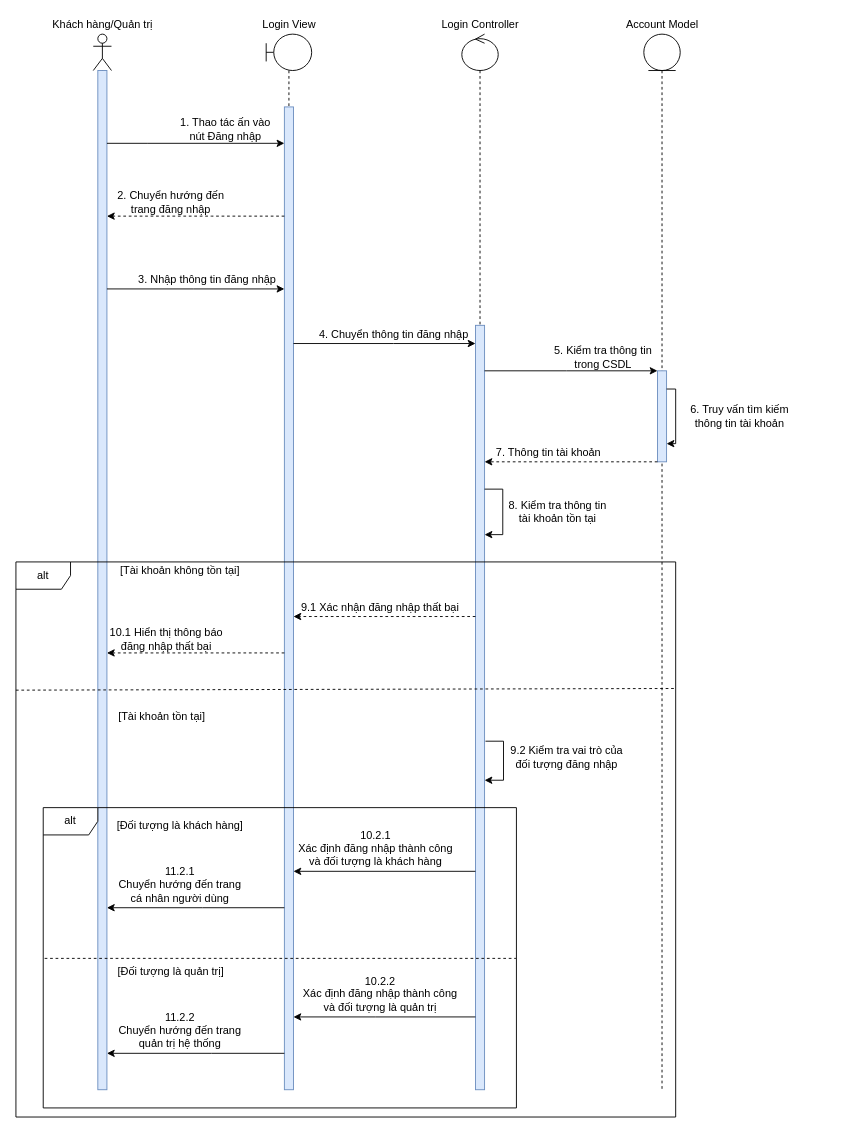
Before: Nam3_HK1/CNPM_SoftTech/Sequence Diagrams/Nguyên Lộc/SD_ĐăngNhập.drawio in EdgarIgnite16/SGU-Course, a draw.io diagram. Source tidied: cells renumbered, new cells numbered last; positions are measured from the earlier drawing's top-left corner, leaving out a move shared by most shapes. Both pictures are drawn from the tidied source at 91%, with x=0, y=0 at pixel (15, 15).
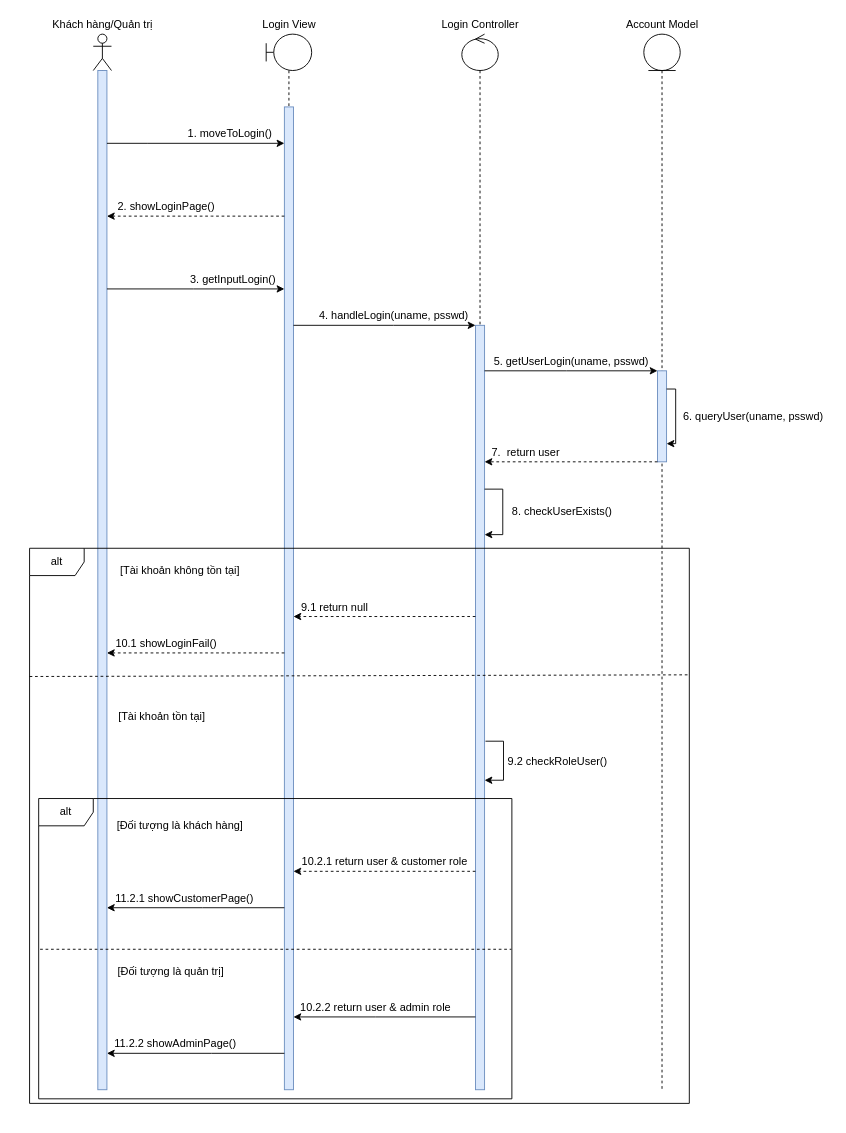
The same diagram, later.

The change refers to these unchanged cells:
```xml
<mxCell id="6" style="html=1;points=[];perimeter=orthogonalPerimeter;fillColor=#dae8fc;strokeColor=#6c8ebf;" parent="5" vertex="1">
  <mxGeometry x="20" y="80" width="10" height="1080" as="geometry" />
</mxCell>
<mxCell id="8" style="html=1;points=[];perimeter=orthogonalPerimeter;fillColor=#dae8fc;strokeColor=#6c8ebf;" parent="7" vertex="1">
  <mxGeometry x="15" y="320" width="10" height="840" as="geometry" />
</mxCell>
```

Diff of the diagram source:
```diff
@@
-    <mxCell id="18" value="1. Thao tác ấn vào &lt;br&gt;nút Đăng nhập" style="text;html=1;align=center;verticalAlign=middle;strokeColor=none;fillColor=none;" parent="1" vertex="1">
-      <mxGeometry x="175" y="110" width="110" height="30" as="geometry" />
+    <mxCell id="18" value="1. moveToLogin()" style="text;html=1;align=center;verticalAlign=middle;strokeColor=none;fillColor=none;" parent="1" vertex="1">
+      <mxGeometry x="180" y="120" width="110" height="20" as="geometry" />
     </mxCell>
@@
-    <mxCell id="20" value="2. Chuyển hướng đến &lt;br&gt;trang đăng nhập" style="text;html=1;align=center;verticalAlign=middle;strokeColor=none;fillColor=none;" parent="1" vertex="1">
-      <mxGeometry x="105" y="190" width="130" height="30" as="geometry" />
+    <mxCell id="20" value="2. showLoginPage()" style="text;html=1;align=center;verticalAlign=middle;strokeColor=none;fillColor=none;" parent="1" vertex="1">
+      <mxGeometry x="105" y="200" width="120" height="20" as="geometry" />
     </mxCell>
@@
-    <mxCell id="22" value="3. Nhập thông tin đăng nhập" style="text;html=1;align=center;verticalAlign=middle;strokeColor=none;fillColor=none;" parent="1" vertex="1">
-      <mxGeometry x="125" y="280" width="170" height="20" as="geometry" />
+    <mxCell id="22" value="3. getInputLogin()&amp;nbsp;" style="text;html=1;align=center;verticalAlign=middle;strokeColor=none;fillColor=none;" parent="1" vertex="1">
+      <mxGeometry x="185" y="280" width="110" height="20" as="geometry" />
     </mxCell>
     <mxCell id="23" style="edgeStyle=orthogonalEdgeStyle;rounded=0;jettySize=auto;html=1;" parent="1" edge="1" source="6" target="8">
       <mxGeometry relative="1" as="geometry">
         <Array as="points">
-          <mxPoint x="415" y="360" />
-          <mxPoint x="415" y="360" />
+          <mxPoint x="415" y="340" />
+          <mxPoint x="415" y="340" />
         </Array>
       </mxGeometry>
     </mxCell>
-    <mxCell id="24" value="4. Chuyển thông tin đăng nhập" style="text;html=1;align=center;verticalAlign=middle;strokeColor=none;fillColor=none;" parent="1" vertex="1">
-      <mxGeometry x="325" y="340" width="180" height="20" as="geometry" />
+    <mxCell id="24" value="4. handleLogin(uname, psswd)" style="text;html=1;align=center;verticalAlign=middle;strokeColor=none;fillColor=none;" parent="1" vertex="1">
+      <mxGeometry x="325" y="320" width="180" height="20" as="geometry" />
     </mxCell>
@@
-    <mxCell id="26" value="5. Kiểm tra thông tin&lt;br&gt;trong CSDL" style="text;html=1;align=center;verticalAlign=middle;strokeColor=none;fillColor=none;" parent="1" vertex="1">
-      <mxGeometry x="585" y="360" width="120" height="30" as="geometry" />
+    <mxCell id="26" value="5. getUserLogin(uname, psswd)" style="text;html=1;align=center;verticalAlign=middle;strokeColor=none;fillColor=none;" parent="1" vertex="1">
+      <mxGeometry x="515" y="370" width="190" height="20" as="geometry" />
     </mxCell>
-    <mxCell id="27" value="6. Truy vấn tìm kiếm &lt;br&gt;thông tin tài khoản" style="text;html=1;align=center;verticalAlign=middle;strokeColor=none;fillColor=none;" parent="1" vertex="1">
-      <mxGeometry x="735" y="425" width="120" height="30" as="geometry" />
+    <mxCell id="27" value="6. queryUser(uname, psswd)" style="text;html=1;align=center;verticalAlign=middle;strokeColor=none;fillColor=none;" parent="1" vertex="1">
+      <mxGeometry x="725" y="430" width="170" height="20" as="geometry" />
     </mxCell>
@@
-    <mxCell id="29" value="7. Thông tin tài khoản" style="text;html=1;align=center;verticalAlign=middle;strokeColor=none;fillColor=none;" parent="1" vertex="1">
-      <mxGeometry x="520" y="470" width="130" height="20" as="geometry" />
+    <mxCell id="29" value="7.&amp;nbsp; return user" style="text;html=1;align=center;verticalAlign=middle;strokeColor=none;fillColor=none;" parent="1" vertex="1">
+      <mxGeometry x="515" y="470" width="90" height="20" as="geometry" />
     </mxCell>
-    <mxCell id="30" value="8. Kiểm tra thông tin &lt;br&gt;tài khoản tồn tại" style="text;html=1;align=center;verticalAlign=middle;strokeColor=none;fillColor=none;" parent="1" vertex="1">
-      <mxGeometry x="535" y="530" width="120" height="30" as="geometry" />
+    <mxCell id="30" value="8. checkUserExists()" style="text;html=1;align=center;verticalAlign=middle;strokeColor=none;fillColor=none;" parent="1" vertex="1">
+      <mxGeometry x="535" y="535" width="130" height="20" as="geometry" />
     </mxCell>
@@
-    <mxCell id="36" style="edgeStyle=orthogonalEdgeStyle;rounded=0;jettySize=auto;html=1;" parent="1" edge="1" source="8" target="6">
+    <mxCell id="36" style="edgeStyle=orthogonalEdgeStyle;rounded=0;jettySize=auto;html=1;dashed=1;" parent="1" edge="1" source="8" target="6">
       <mxGeometry relative="1" as="geometry">
         <Array as="points">
           <mxPoint x="455" y="940" />
           <mxPoint x="455" y="940" />
         </Array>
       </mxGeometry>
     </mxCell>
@@
     <mxCell id="41" value="alt" style="shape=umlFrame;whiteSpace=wrap;html=1;" parent="1" vertex="1">
-      <mxGeometry x="30" y="870" width="520" height="330" as="geometry" />
+      <mxGeometry x="25" y="860" width="520" height="330" as="geometry" />
     </mxCell>
@@
-    <mxCell id="43" value="9.1 Xác nhận đăng nhập thất bại" style="text;html=1;align=center;verticalAlign=middle;strokeColor=none;fillColor=none;" parent="1" vertex="1">
-      <mxGeometry x="305" y="640" width="190" height="20" as="geometry" />
+    <mxCell id="43" value="9.1 return null" style="text;html=1;align=center;verticalAlign=middle;strokeColor=none;fillColor=none;" parent="1" vertex="1">
+      <mxGeometry x="305" y="640" width="90" height="20" as="geometry" />
     </mxCell>
-    <mxCell id="44" value="9.2 Kiểm tra vai trò của &lt;br&gt;đối tượng đăng nhập" style="text;html=1;align=center;verticalAlign=middle;strokeColor=none;fillColor=none;" parent="1" vertex="1">
-      <mxGeometry x="535" y="800" width="140" height="30" as="geometry" />
+    <mxCell id="44" value="9.2 checkRoleUser()" style="text;html=1;align=center;verticalAlign=middle;strokeColor=none;fillColor=none;" parent="1" vertex="1">
+      <mxGeometry x="535" y="810" width="120" height="20" as="geometry" />
     </mxCell>
-    <mxCell id="45" value="10.1 Hiển thị thông báo &lt;br&gt;đăng nhập thất bại" style="text;html=1;align=center;verticalAlign=middle;strokeColor=none;fillColor=none;" parent="1" vertex="1">
-      <mxGeometry x="95" y="670" width="140" height="30" as="geometry" />
+    <mxCell id="45" value="10.1 showLoginFail()" style="text;html=1;align=center;verticalAlign=middle;strokeColor=none;fillColor=none;" parent="1" vertex="1">
+      <mxGeometry x="100" y="680" width="130" height="20" as="geometry" />
     </mxCell>
-    <mxCell id="46" value="11.2.1&lt;br&gt;Chuyển hướng đến trang &lt;br&gt;cá nhân người dùng" style="text;html=1;align=center;verticalAlign=middle;strokeColor=none;fillColor=none;" parent="1" vertex="1">
-      <mxGeometry x="105" y="930" width="150" height="50" as="geometry" />
+    <mxCell id="46" value="11.2.1 showCustomerPage()" style="text;html=1;align=center;verticalAlign=middle;strokeColor=none;fillColor=none;" parent="1" vertex="1">
+      <mxGeometry x="100" y="960" width="170" height="20" as="geometry" />
     </mxCell>
-    <mxCell id="47" value="10.2.1 &lt;br&gt;Xác định đăng nhập thành công&lt;br&gt;và đối tượng là khách hàng" style="text;html=1;align=center;verticalAlign=middle;strokeColor=none;fillColor=none;" parent="1" vertex="1">
-      <mxGeometry x="305" y="890" width="180" height="50" as="geometry" />
+    <mxCell id="47" value="10.2.1 return user &amp;amp; customer role" style="text;html=1;align=center;verticalAlign=middle;strokeColor=none;fillColor=none;" parent="1" vertex="1">
+      <mxGeometry x="305" y="920" width="200" height="20" as="geometry" />
     </mxCell>
-    <mxCell id="48" value="11.2.2&lt;br&gt;Chuyển hướng đến trang &lt;br&gt;quản trị hệ thống" style="text;html=1;align=center;verticalAlign=middle;strokeColor=none;fillColor=none;" parent="1" vertex="1">
-      <mxGeometry x="105" y="1090" width="150" height="50" as="geometry" />
+    <mxCell id="48" value="11.2.2 showAdminPage()" style="text;html=1;align=center;verticalAlign=middle;strokeColor=none;fillColor=none;" parent="1" vertex="1">
+      <mxGeometry x="100" y="1120" width="150" height="20" as="geometry" />
     </mxCell>
-    <mxCell id="49" value="10.2.2&lt;br&gt;Xác định đăng nhập thành công&lt;br&gt;và đối tượng là quản trị" style="text;html=1;align=center;verticalAlign=middle;strokeColor=none;fillColor=none;" parent="1" vertex="1">
-      <mxGeometry x="310" y="1050" width="180" height="50" as="geometry" />
+    <mxCell id="49" value="10.2.2 return user &amp;amp; admin role" style="text;html=1;align=center;verticalAlign=middle;strokeColor=none;fillColor=none;" parent="1" vertex="1">
+      <mxGeometry x="305" y="1080" width="180" height="20" as="geometry" />
     </mxCell>
     <mxCell id="50" value="alt" style="shape=umlFrame;whiteSpace=wrap;html=1;" parent="1" vertex="1">
-      <mxGeometry y="600" width="725" height="610" as="geometry" />
+      <mxGeometry x="15" y="585" width="725" height="610" as="geometry" />
     </mxCell>
```
